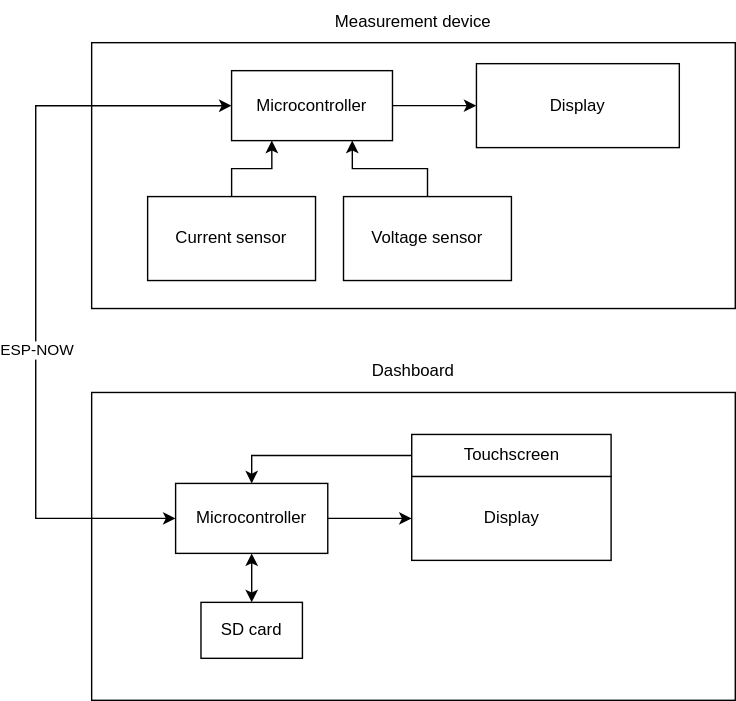
Above: website/versioned_docs/version-fils_en/project/2026/vladimir.taranu/diagram.svg in UPB-PMRust/website (draw.io), before the change. Source tidied: cells renumbered, new cells last; positions are measured from the earlier drawing's top-left corner, leaving out a move shared by most shapes.
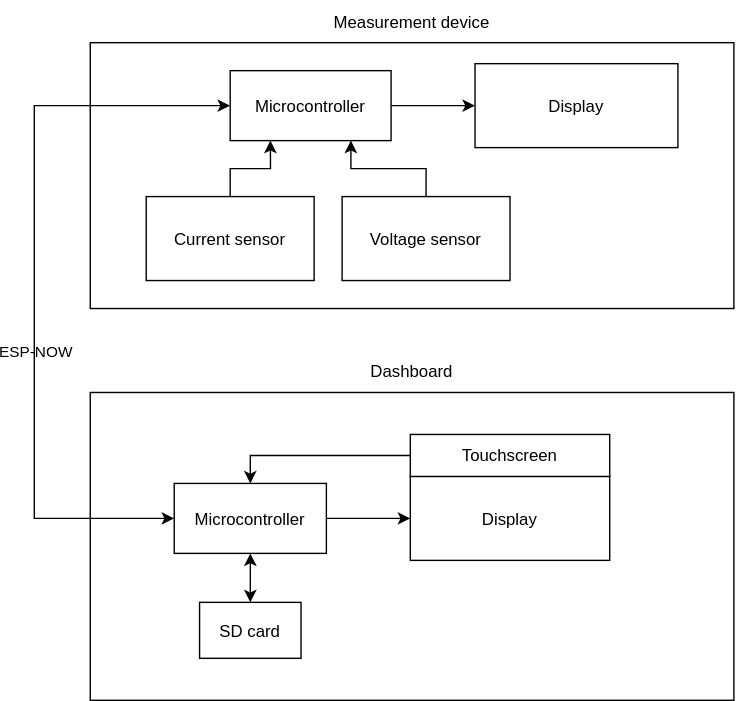
Later version of the same file.

Commit message:
SVG without embedded images (#976)

* Documentation

* webp

* remove png

* fix image size

* SVG without images

* Update diagram.svg

Diff of the diagram source:
```diff
@@ -2,61 +2,61 @@
   <root>
     <mxCell id="0" />
     <mxCell id="1" parent="0" />
-    <mxCell id="2" value="&lt;div&gt;&lt;br&gt;&lt;/div&gt;" style="rounded=0;whiteSpace=wrap;html=1;" parent="1" vertex="1">
+    <mxCell id="2" value="&lt;div&gt;&lt;br&gt;&lt;/div&gt;" style="rounded=0;whiteSpace=wrap;html=1;convertToSvg=1;svgWhiteSpace=wrap;" parent="1" vertex="1">
       <mxGeometry x="40" y="30" width="460" height="190" as="geometry" />
     </mxCell>
-    <mxCell id="3" value="&lt;div align=&quot;center&quot;&gt;Measurement device&lt;/div&gt;" style="text;html=1;whiteSpace=wrap;strokeColor=none;fillColor=none;align=center;verticalAlign=middle;rounded=0;" parent="1" vertex="1">
+    <mxCell id="3" value="&lt;div align=&quot;center&quot;&gt;Measurement device&lt;/div&gt;" style="text;html=1;whiteSpace=wrap;strokeColor=none;fillColor=none;align=center;verticalAlign=middle;rounded=0;convertToSvg=1;svgWhiteSpace=wrap;" parent="1" vertex="1">
       <mxGeometry x="40" width="460" height="30" as="geometry" />
     </mxCell>
-    <mxCell id="4" style="edgeStyle=orthogonalEdgeStyle;rounded=0;jettySize=auto;html=1;entryX=0;entryY=0.5;entryDx=0;entryDy=0;" parent="1" edge="1" source="5" target="10">
+    <mxCell id="4" style="edgeStyle=orthogonalEdgeStyle;rounded=0;jettySize=auto;html=1;entryX=0;entryY=0.5;entryDx=0;entryDy=0;convertToSvg=1;" parent="1" edge="1" source="5" target="10">
       <mxGeometry relative="1" as="geometry" />
     </mxCell>
-    <mxCell id="5" value="Microcontroller" style="rounded=0;whiteSpace=wrap;html=1;" parent="1" vertex="1">
+    <mxCell id="5" value="Microcontroller" style="rounded=0;whiteSpace=wrap;html=1;convertToSvg=1;svgWhiteSpace=wrap;" parent="1" vertex="1">
       <mxGeometry x="140" y="50" width="115" height="50" as="geometry" />
     </mxCell>
-    <mxCell id="6" style="edgeStyle=orthogonalEdgeStyle;rounded=0;jettySize=auto;html=1;entryX=0.25;entryY=1;entryDx=0;entryDy=0;" parent="1" edge="1" source="7" target="5">
+    <mxCell id="6" style="edgeStyle=orthogonalEdgeStyle;rounded=0;jettySize=auto;html=1;entryX=0.25;entryY=1;entryDx=0;entryDy=0;convertToSvg=1;" parent="1" edge="1" source="7" target="5">
       <mxGeometry relative="1" as="geometry" />
     </mxCell>
-    <mxCell id="7" value="&lt;div&gt;Current sensor&lt;/div&gt;" style="rounded=0;whiteSpace=wrap;html=1;" parent="1" vertex="1">
+    <mxCell id="7" value="Current sensor" style="rounded=0;whiteSpace=wrap;html=1;convertToSvg=1;svgWhiteSpace=wrap;" parent="1" vertex="1">
       <mxGeometry x="80" y="140" width="120" height="60" as="geometry" />
     </mxCell>
-    <mxCell id="8" style="edgeStyle=orthogonalEdgeStyle;rounded=0;jettySize=auto;html=1;entryX=0.75;entryY=1;entryDx=0;entryDy=0;" parent="1" edge="1" source="9" target="5">
+    <mxCell id="8" style="edgeStyle=orthogonalEdgeStyle;rounded=0;jettySize=auto;html=1;entryX=0.75;entryY=1;entryDx=0;entryDy=0;convertToSvg=1;" parent="1" edge="1" source="9" target="5">
       <mxGeometry relative="1" as="geometry" />
     </mxCell>
-    <mxCell id="9" value="&lt;div&gt;Voltage sensor&lt;/div&gt;" style="rounded=0;whiteSpace=wrap;html=1;" parent="1" vertex="1">
+    <mxCell id="9" value="&lt;div&gt;Voltage sensor&lt;/div&gt;" style="rounded=0;whiteSpace=wrap;html=1;convertToSvg=1;svgWhiteSpace=wrap;" parent="1" vertex="1">
       <mxGeometry x="220" y="140" width="120" height="60" as="geometry" />
     </mxCell>
-    <mxCell id="10" value="Display" style="rounded=0;whiteSpace=wrap;html=1;" parent="1" vertex="1">
+    <mxCell id="10" value="Display" style="rounded=0;whiteSpace=wrap;html=1;convertToSvg=1;svgWhiteSpace=wrap;" parent="1" vertex="1">
       <mxGeometry x="315" y="45" width="145" height="60" as="geometry" />
     </mxCell>
-    <mxCell id="11" style="edgeStyle=orthogonalEdgeStyle;rounded=0;orthogonalLoop=1;jettySize=auto;html=1;exitX=0.5;exitY=1;exitDx=0;exitDy=0;" parent="1" edge="1" source="2" target="2">
+    <mxCell id="11" style="edgeStyle=orthogonalEdgeStyle;rounded=0;orthogonalLoop=1;jettySize=auto;html=1;exitX=0.5;exitY=1;exitDx=0;exitDy=0;convertToSvg=1;" parent="1" edge="1" source="2" target="2">
       <mxGeometry relative="1" as="geometry" />
     </mxCell>
-    <mxCell id="12" style="rounded=0;whiteSpace=wrap;html=1;" parent="1" vertex="1">
+    <mxCell id="12" style="rounded=0;whiteSpace=wrap;html=1;convertToSvg=1;svgWhiteSpace=wrap;" parent="1" vertex="1">
       <mxGeometry x="40" y="280" width="460" height="220" as="geometry" />
     </mxCell>
-    <mxCell id="13" value="&lt;div align=&quot;center&quot;&gt;Dashboard&lt;/div&gt;" style="text;html=1;whiteSpace=wrap;strokeColor=none;fillColor=none;align=center;verticalAlign=middle;rounded=0;" parent="1" vertex="1">
+    <mxCell id="13" value="&lt;div align=&quot;center&quot;&gt;Dashboard&lt;/div&gt;" style="text;html=1;whiteSpace=wrap;strokeColor=none;fillColor=none;align=center;verticalAlign=middle;rounded=0;convertToSvg=1;svgWhiteSpace=wrap;" parent="1" vertex="1">
       <mxGeometry x="40" y="250" width="460" height="30" as="geometry" />
     </mxCell>
-    <mxCell id="14" style="edgeStyle=orthogonalEdgeStyle;rounded=0;jettySize=auto;html=1;entryX=0;entryY=0.5;entryDx=0;entryDy=0;" parent="1" edge="1" source="16" target="17">
+    <mxCell id="14" style="edgeStyle=orthogonalEdgeStyle;rounded=0;jettySize=auto;html=1;entryX=0;entryY=0.5;entryDx=0;entryDy=0;convertToSvg=1;" parent="1" edge="1" source="16" target="17">
       <mxGeometry relative="1" as="geometry" />
     </mxCell>
-    <mxCell id="15" style="edgeStyle=orthogonalEdgeStyle;rounded=0;jettySize=auto;html=1;entryX=0.5;entryY=0;entryDx=0;entryDy=0;startArrow=classic;startFill=1;" parent="1" edge="1" source="16" target="22">
+    <mxCell id="15" style="edgeStyle=orthogonalEdgeStyle;rounded=0;jettySize=auto;html=1;entryX=0.5;entryY=0;entryDx=0;entryDy=0;startArrow=classic;startFill=1;convertToSvg=1;" parent="1" edge="1" source="16" target="22">
       <mxGeometry relative="1" as="geometry" />
     </mxCell>
-    <mxCell id="16" value="Microcontroller" style="rounded=0;whiteSpace=wrap;html=1;" parent="1" vertex="1">
+    <mxCell id="16" value="Microcontroller" style="rounded=0;whiteSpace=wrap;html=1;convertToSvg=1;svgWhiteSpace=wrap;" parent="1" vertex="1">
       <mxGeometry x="100" y="345" width="108.8" height="50" as="geometry" />
     </mxCell>
-    <mxCell id="17" value="Display" style="rounded=0;whiteSpace=wrap;html=1;" parent="1" vertex="1">
+    <mxCell id="17" value="Display" style="rounded=0;whiteSpace=wrap;html=1;convertToSvg=1;svgWhiteSpace=wrap;" parent="1" vertex="1">
       <mxGeometry x="268.8" y="340" width="142.5" height="60" as="geometry" />
     </mxCell>
-    <mxCell id="18" style="edgeStyle=orthogonalEdgeStyle;rounded=0;jettySize=auto;html=1;entryX=0.5;entryY=0;entryDx=0;entryDy=0;" parent="1" edge="1" source="19" target="16">
+    <mxCell id="18" style="edgeStyle=orthogonalEdgeStyle;rounded=0;jettySize=auto;html=1;entryX=0.5;entryY=0;entryDx=0;entryDy=0;convertToSvg=1;" parent="1" edge="1" source="19" target="16">
       <mxGeometry relative="1" as="geometry" />
     </mxCell>
-    <mxCell id="19" value="&lt;div&gt;Touchscreen&lt;/div&gt;" style="rounded=0;whiteSpace=wrap;html=1;" parent="1" vertex="1">
+    <mxCell id="19" value="&lt;div&gt;Touchscreen&lt;/div&gt;" style="rounded=0;whiteSpace=wrap;html=1;convertToSvg=1;svgWhiteSpace=wrap;" parent="1" vertex="1">
       <mxGeometry x="268.8" y="310" width="142.5" height="30" as="geometry" />
     </mxCell>
-    <mxCell id="20" style="edgeStyle=orthogonalEdgeStyle;rounded=0;jettySize=auto;html=1;entryX=0;entryY=0.5;entryDx=0;entryDy=0;startArrow=classic;startFill=1;" parent="1" edge="1" source="5" target="16">
+    <mxCell id="20" style="edgeStyle=orthogonalEdgeStyle;rounded=0;jettySize=auto;html=1;entryX=0;entryY=0.5;entryDx=0;entryDy=0;startArrow=classic;startFill=1;convertToSvg=1;" parent="1" edge="1" source="5" target="16">
       <mxGeometry relative="1" as="geometry">
         <Array as="points">
           <mxPoint y="75" />
@@ -64,12 +64,12 @@
         </Array>
       </mxGeometry>
     </mxCell>
-    <mxCell id="21" value="ESP-NOW" style="edgeLabel;html=1;align=center;verticalAlign=middle;" parent="20" vertex="1">
+    <mxCell id="21" value="ESP-NOW" style="edgeLabel;align=center;verticalAlign=middle;html=1;convertToSvg=1;" parent="20" vertex="1">
       <mxGeometry x="0.04" y="1" relative="1" as="geometry">
         <mxPoint y="37" as="offset" />
       </mxGeometry>
     </mxCell>
-    <mxCell id="22" value="SD card" style="rounded=0;whiteSpace=wrap;html=1;" parent="1" vertex="1">
+    <mxCell id="22" value="SD card" style="rounded=0;whiteSpace=wrap;html=1;convertToSvg=1;svgWhiteSpace=wrap;" parent="1" vertex="1">
       <mxGeometry x="118.1" y="430" width="72.5" height="40" as="geometry" />
     </mxCell>
   </root>
```
